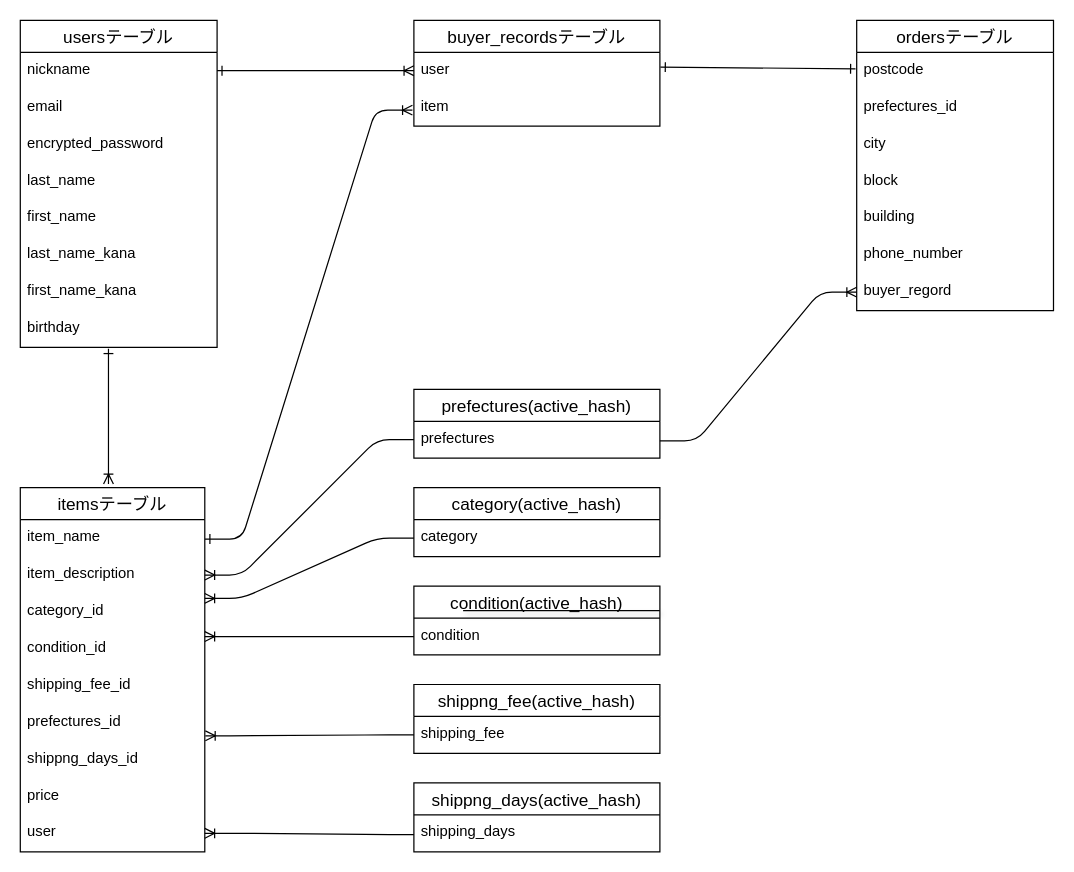
This is ER.dio from 1682123/furima-39111, a draw.io file, before an edit. Source tidied: cells renumbered, new cells numbered last; positions are measured from the earlier drawing's top-left corner, leaving out a move shared by most shapes. Both pictures are drawn from the tidied source at 123%, with x=0, y=0 at pixel (20, 20).
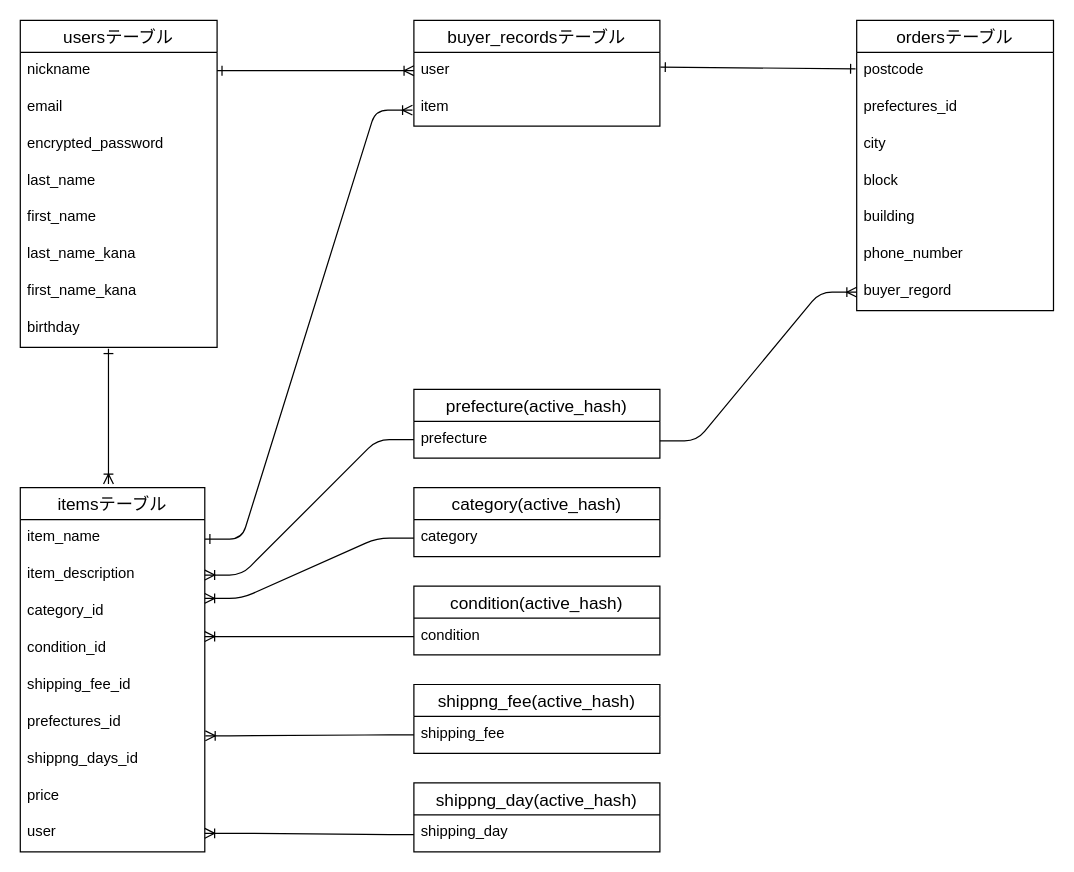
Above is the later version.

Commit message (it also covers changes not shown here):
データベース設計の修正2

Diff of the diagram source:
```diff
@@
-    <mxCell id="38" value="shippng_days(active_hash)" style="swimlane;fontStyle=0;horizontal=1;startSize=26;align=center;fontSize=14;" parent="1" vertex="1">
+    <mxCell id="38" value="shippng_day(active_hash)" style="swimlane;fontStyle=0;horizontal=1;startSize=26;align=center;fontSize=14;" parent="1" vertex="1">
       <mxGeometry x="320" y="620" width="200" height="56" as="geometry" />
     </mxCell>
-    <mxCell id="39" value="shipping_days" style="text;strokeColor=none;fillColor=none;spacingLeft=4;spacingRight=4;overflow=hidden;fontSize=12;" parent="38" vertex="1">
+    <mxCell id="39" value="shipping_day" style="text;strokeColor=none;fillColor=none;spacingLeft=4;spacingRight=4;overflow=hidden;fontSize=12;" parent="38" vertex="1">
       <mxGeometry y="26" width="200" height="30" as="geometry" />
     </mxCell>
-    <mxCell id="40" value="prefectures(active_hash)" style="swimlane;fontStyle=0;horizontal=1;startSize=26;align=center;fontSize=14;" parent="1" vertex="1">
+    <mxCell id="40" value="prefecture(active_hash)" style="swimlane;fontStyle=0;horizontal=1;startSize=26;align=center;fontSize=14;" parent="1" vertex="1">
       <mxGeometry x="320" y="300" width="200" height="56" as="geometry" />
     </mxCell>
-    <mxCell id="41" value="prefectures" style="text;strokeColor=none;fillColor=none;spacingLeft=4;spacingRight=4;overflow=hidden;points=[[0,0.5],[1,0.5]];portConstraint=eastwest;fontSize=12;" parent="40" vertex="1">
+    <mxCell id="41" value="prefecture" style="text;strokeColor=none;fillColor=none;spacingLeft=4;spacingRight=4;overflow=hidden;points=[[0,0.5],[1,0.5]];portConstraint=eastwest;fontSize=12;" parent="40" vertex="1">
       <mxGeometry y="26" width="200" height="30" as="geometry" />
     </mxCell>
@@
-    <mxCell id="51" style="endArrow=none;html=1;rounded=0;shadow=1;" parent="1" edge="1">
-      <mxGeometry relative="1" as="geometry">
-        <mxPoint x="360" y="480" as="sourcePoint" />
-        <mxPoint x="520" y="480" as="targetPoint" />
-      </mxGeometry>
-    </mxCell>
```
